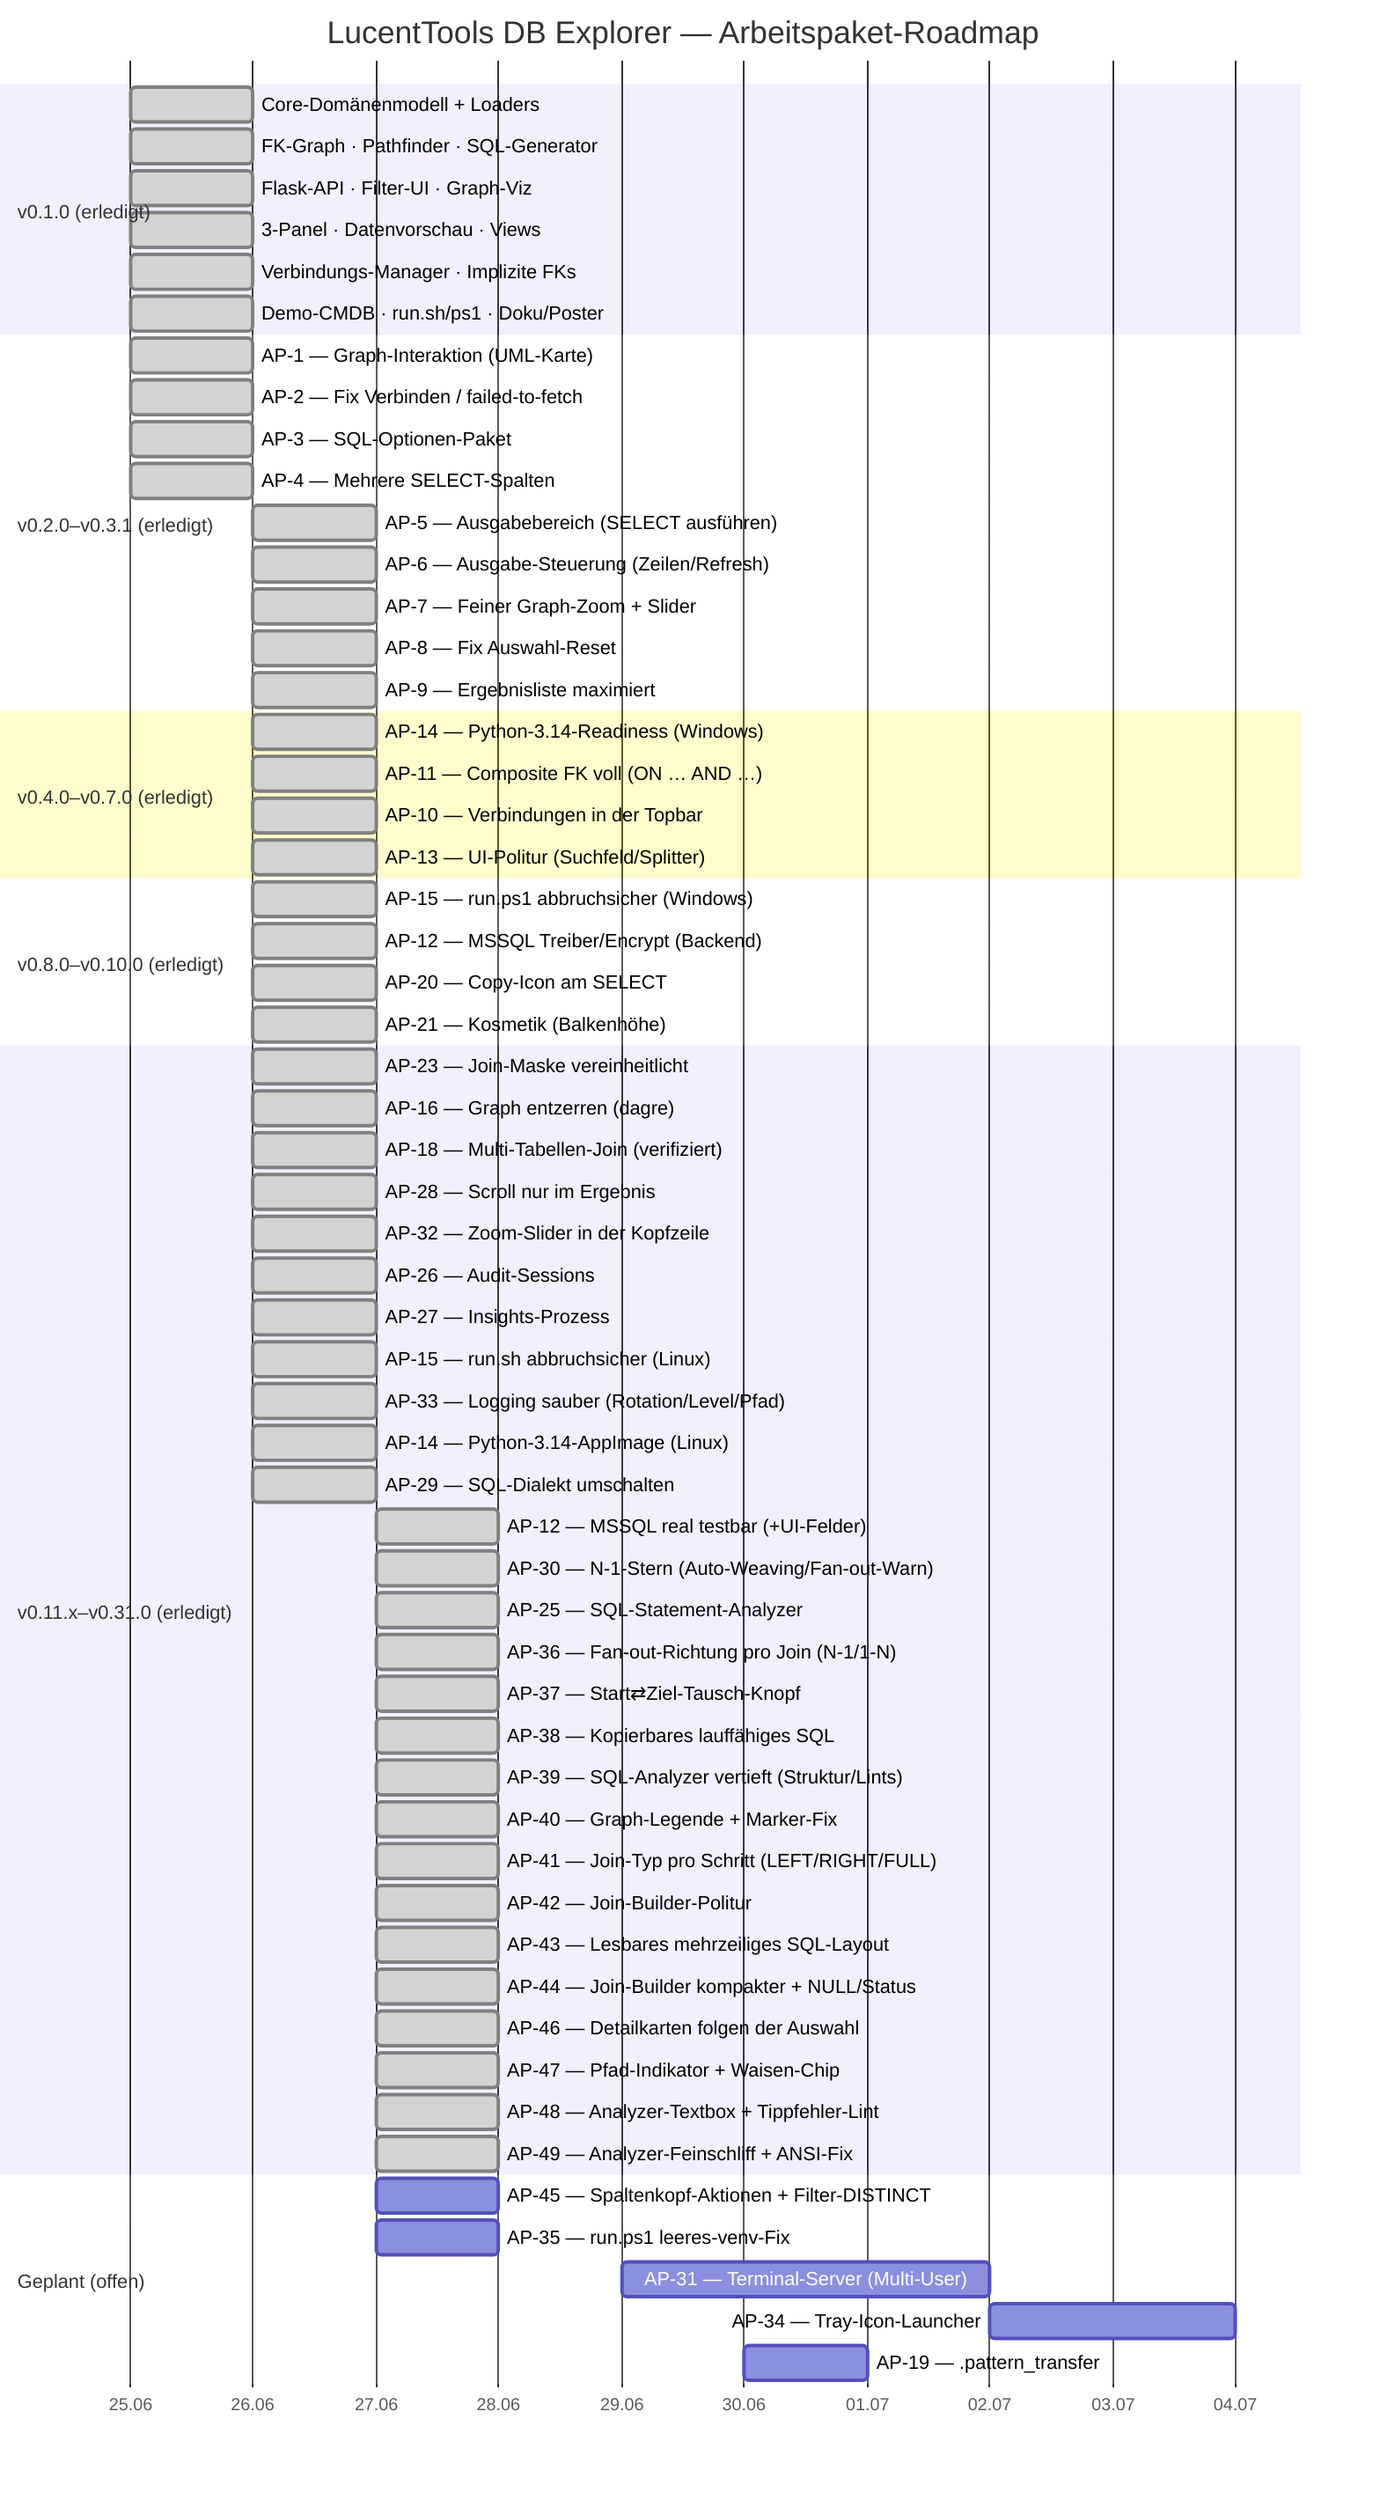
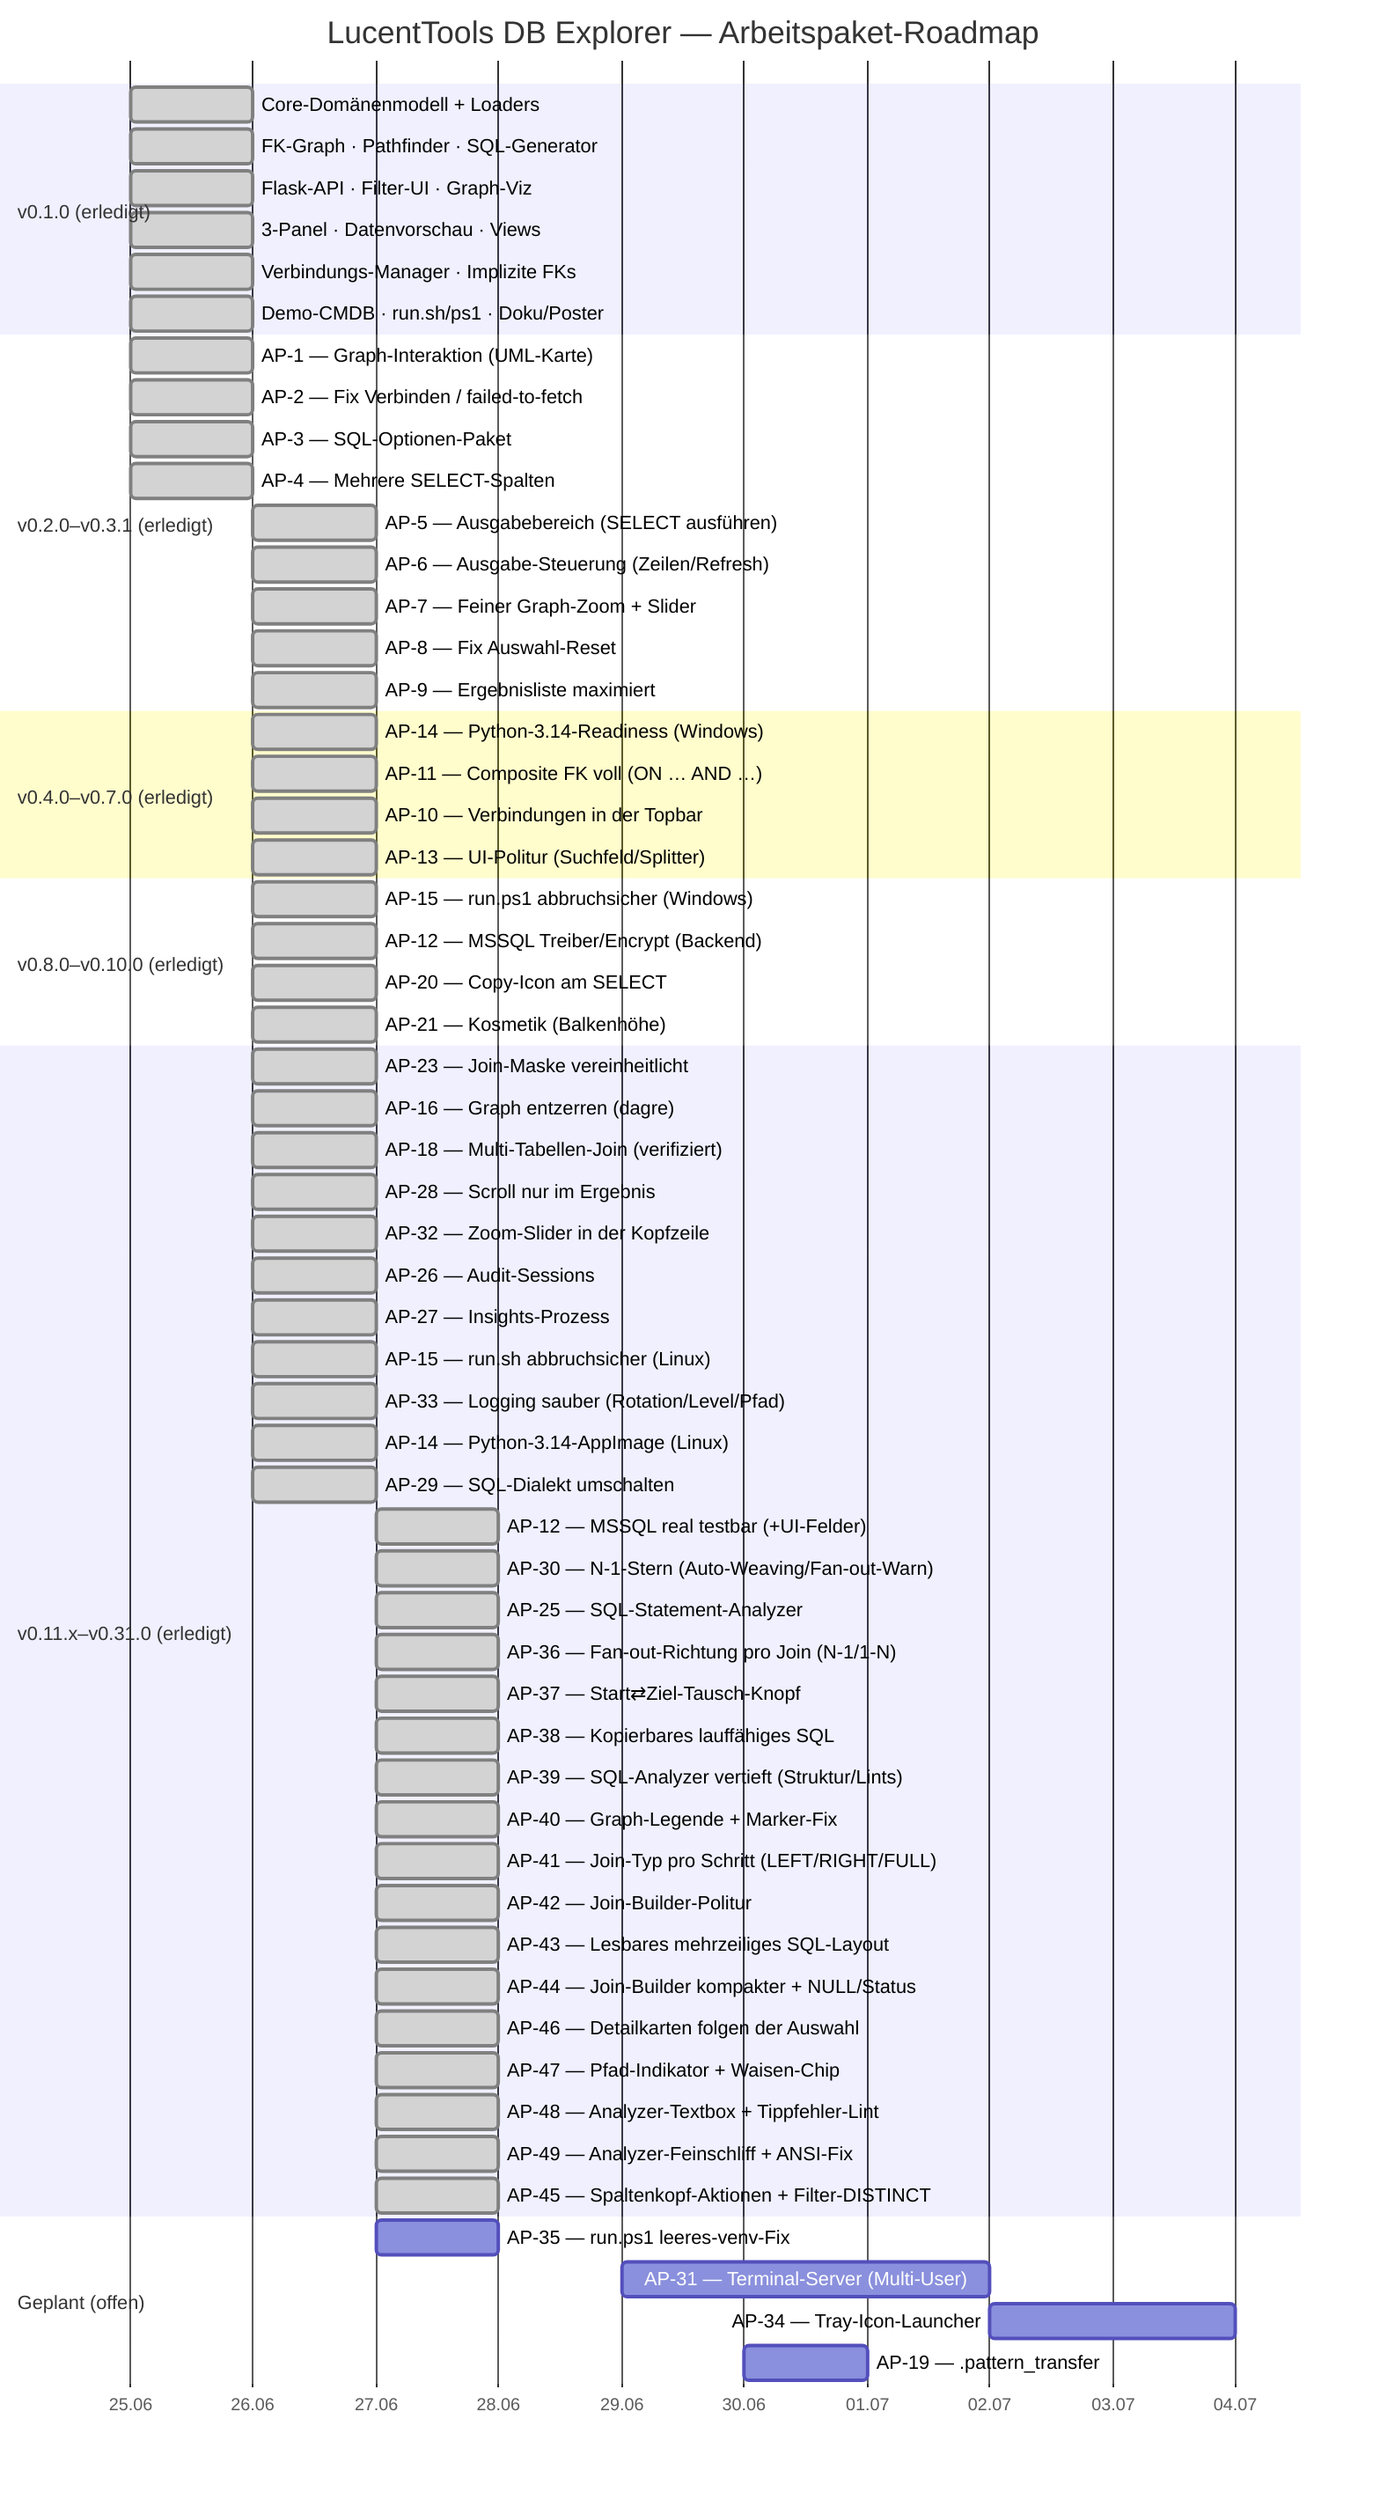
gantt
    title LucentTools DB Explorer — Arbeitspaket-Roadmap
    dateFormat  YYYY-MM-DD
    axisFormat  %d.%m

    section v0.1.0 (erledigt)
    Core-Domänenmodell + Loaders          :done, d1, 2026-06-25, 1d
    FK-Graph · Pathfinder · SQL-Generator :done, d2, 2026-06-25, 1d
    Flask-API · Filter-UI · Graph-Viz     :done, d3, 2026-06-25, 1d
    3-Panel · Datenvorschau · Views       :done, d4, 2026-06-25, 1d
    Verbindungs-Manager · Implizite FKs   :done, d5, 2026-06-25, 1d
    Demo-CMDB · run.sh/ps1 · Doku/Poster  :done, d6, 2026-06-25, 1d

    section v0.2.0–v0.3.1 (erledigt)
    AP-1 — Graph-Interaktion (UML-Karte)        :done, a1, 2026-06-25, 1d
    AP-2 — Fix Verbinden / failed-to-fetch      :done, a2, 2026-06-25, 1d
    AP-3 — SQL-Optionen-Paket                   :done, a3, 2026-06-25, 1d
    AP-4 — Mehrere SELECT-Spalten               :done, a4, 2026-06-25, 1d
    AP-5 — Ausgabebereich (SELECT ausführen)    :done, a5, 2026-06-26, 1d
    AP-6 — Ausgabe-Steuerung (Zeilen/Refresh)   :done, a6, 2026-06-26, 1d
    AP-7 — Feiner Graph-Zoom + Slider           :done, a7, 2026-06-26, 1d
    AP-8 — Fix Auswahl-Reset                    :done, a8, 2026-06-26, 1d
    AP-9 — Ergebnisliste maximiert              :done, a9, 2026-06-26, 1d

    section v0.4.0–v0.7.0 (erledigt)
    AP-14 — Python-3.14-Readiness (Windows)     :done, b1, 2026-06-26, 1d
    AP-11 — Composite FK voll (ON … AND …)      :done, b2, 2026-06-26, 1d
    AP-10 — Verbindungen in der Topbar          :done, b3, 2026-06-26, 1d
    AP-13 — UI-Politur (Suchfeld/Splitter)      :done, b4, 2026-06-26, 1d

    section v0.8.0–v0.10.0 (erledigt)
    AP-15 — run.ps1 abbruchsicher (Windows)     :done, c1, 2026-06-26, 1d
    AP-12 — MSSQL Treiber/Encrypt (Backend)     :done, c2, 2026-06-26, 1d
    AP-20 — Copy-Icon am SELECT                 :done, c3, 2026-06-26, 1d
    AP-21 — Kosmetik (Balkenhöhe)               :done, c4, 2026-06-26, 1d

    section v0.11.x–v0.31.0 (erledigt)
    AP-23 — Join-Maske vereinheitlicht          :done, e1, 2026-06-26, 1d
    AP-16 — Graph entzerren (dagre)             :done, e2, 2026-06-26, 1d
    AP-18 — Multi-Tabellen-Join (verifiziert)   :done, e3, 2026-06-26, 1d
    AP-28 — Scroll nur im Ergebnis              :done, e4, 2026-06-26, 1d
    AP-32 — Zoom-Slider in der Kopfzeile        :done, e5, 2026-06-26, 1d
    AP-26 — Audit-Sessions                      :done, e6, 2026-06-26, 1d
    AP-27 — Insights-Prozess                    :done, e7, 2026-06-26, 1d
    AP-15 — run.sh abbruchsicher (Linux)        :done, e8, 2026-06-26, 1d
    AP-33 — Logging sauber (Rotation/Level/Pfad) :done, e9, 2026-06-26, 1d
    AP-14 — Python-3.14-AppImage (Linux)         :done, e10, 2026-06-26, 1d
    AP-29 — SQL-Dialekt umschalten               :done, e11, 2026-06-26, 1d
    AP-12 — MSSQL real testbar (+UI-Felder)      :done, e12, 2026-06-27, 1d
    AP-30 — N-1-Stern (Auto-Weaving/Fan-out-Warn) :done, e13, 2026-06-27, 1d
    AP-25 — SQL-Statement-Analyzer               :done, e14, 2026-06-27, 1d
    AP-36 — Fan-out-Richtung pro Join (N-1/1-N)  :done, e15, 2026-06-27, 1d
    AP-37 — Start⇄Ziel-Tausch-Knopf              :done, e16, 2026-06-27, 1d
    AP-38 — Kopierbares lauffähiges SQL          :done, e17, 2026-06-27, 1d
    AP-39 — SQL-Analyzer vertieft (Struktur/Lints) :done, e18, 2026-06-27, 1d
    AP-40 — Graph-Legende + Marker-Fix           :done, e19, 2026-06-27, 1d
    AP-41 — Join-Typ pro Schritt (LEFT/RIGHT/FULL) :done, e20, 2026-06-27, 1d
    AP-42 — Join-Builder-Politur                 :done, e21, 2026-06-27, 1d
    AP-43 — Lesbares mehrzeiliges SQL-Layout      :done, e22, 2026-06-27, 1d
    AP-44 — Join-Builder kompakter + NULL/Status :done, e23, 2026-06-27, 1d
    AP-46 — Detailkarten folgen der Auswahl       :done, e24, 2026-06-27, 1d
    AP-47 — Pfad-Indikator + Waisen-Chip         :done, e25, 2026-06-27, 1d
    AP-48 — Analyzer-Textbox + Tippfehler-Lint   :done, e26, 2026-06-27, 1d
    AP-49 — Analyzer-Feinschliff + ANSI-Fix       :done, e27, 2026-06-27, 1d
+     AP-45 — Spaltenkopf-Aktionen + Filter-DISTINCT :done, e28, 2026-06-27, 1d

    section Geplant (offen)
-     AP-45 — Spaltenkopf-Aktionen + Filter-DISTINCT :p1, 2026-06-27, 1d
    AP-35 — run.ps1 leeres-venv-Fix             :p3, 2026-06-27, 1d
    AP-31 — Terminal-Server (Multi-User)        :p7, 2026-06-29, 3d
    AP-34 — Tray-Icon-Launcher                  :p9, after p7, 2d
    AP-19 — .pattern_transfer                   :p11, 2026-06-30, 1d
